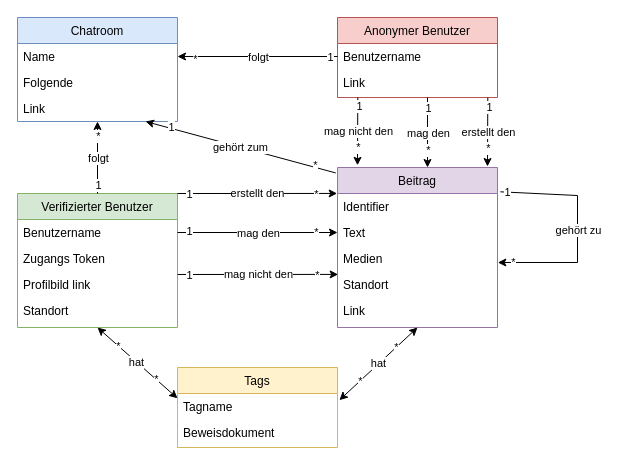
Above: DomainModels.drawio in AnoAsked/Documentation (draw.io), before the change. Source tidied: cells renumbered, new cells numbered last; positions are measured from the earlier drawing's top-left corner, leaving out a move shared by most shapes. Both pictures are drawn from the tidied source at 100%, with x=0, y=0 at pixel (17, 17).
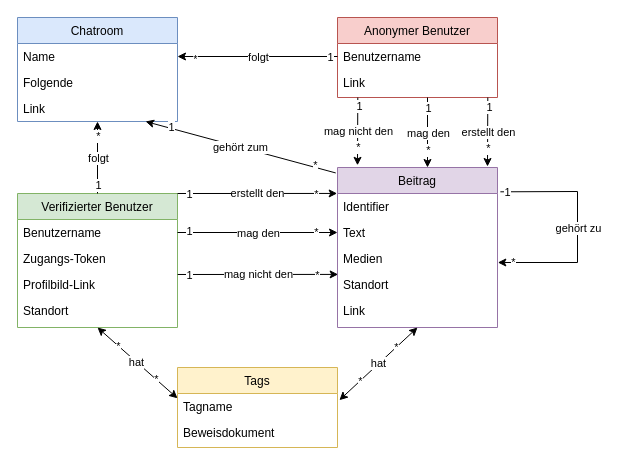
The same page after the edit.

Unchanged cells that the change refers to:
```xml
<mxCell id="2" value="Beitrag" style="swimlane;fontStyle=0;align=center;verticalAlign=top;horizontal=1;startSize=26;rounded=0;shadow=0;strokeWidth=1;fillColor=#e1d5e7;strokeColor=#9673a6;" parent="1" vertex="1">
  <mxGeometry x="320" y="150" width="160" height="160" as="geometry" />
</mxCell>
<mxCell id="5" value="Medien" style="text;align=left;verticalAlign=top;spacingLeft=4;spacingRight=4;overflow=hidden;points=[[0,0.5],[1,0.5]];portConstraint=eastwest;rounded=0;shadow=0;html=0;" parent="2" vertex="1">
  <mxGeometry y="78" width="160" height="26" as="geometry" />
</mxCell>
<mxCell id="15" value="Verifizierter Benutzer" style="swimlane;fontStyle=0;align=center;verticalAlign=top;horizontal=1;startSize=26;rounded=0;shadow=0;strokeWidth=1;fillColor=#d5e8d4;strokeColor=#82b366;" parent="1" vertex="1">
  <mxGeometry y="176" width="160" height="134" as="geometry" />
</mxCell>
```

Diff of the diagram source:
```diff
@@
     <mxCell id="7" style="endArrow=classic;html=1;rounded=0;exitX=1.018;exitY=0.152;exitDx=0;exitDy=0;exitPerimeter=0;entryX=1.002;entryY=0.654;entryDx=0;entryDy=0;entryPerimeter=0;" parent="2" edge="1" source="2" target="5">
       <mxGeometry relative="1" as="geometry">
         <Array as="points">
-          <mxPoint x="240" y="28" />
+          <mxPoint x="240" y="24" />
           <mxPoint x="240" y="95" />
         </Array>
       </mxGeometry>
     </mxCell>
@@
-    <mxCell id="17" value="Zugangs Token" style="text;align=left;verticalAlign=top;spacingLeft=4;spacingRight=4;overflow=hidden;points=[[0,0.5],[1,0.5]];portConstraint=eastwest;rounded=0;shadow=0;html=0;" parent="15" vertex="1">
+    <mxCell id="17" value="Zugangs-Token" style="text;align=left;verticalAlign=top;spacingLeft=4;spacingRight=4;overflow=hidden;points=[[0,0.5],[1,0.5]];portConstraint=eastwest;rounded=0;shadow=0;html=0;" parent="15" vertex="1">
       <mxGeometry y="52" width="160" height="26" as="geometry" />
     </mxCell>
-    <mxCell id="18" value="Profilbild link" style="text;align=left;verticalAlign=top;spacingLeft=4;spacingRight=4;overflow=hidden;rounded=0;shadow=0;html=0;" parent="15" vertex="1">
+    <mxCell id="18" value="Profilbild-Link" style="text;align=left;verticalAlign=top;spacingLeft=4;spacingRight=4;overflow=hidden;rounded=0;shadow=0;html=0;" parent="15" vertex="1">
       <mxGeometry y="78" width="160" height="26" as="geometry" />
     </mxCell>
```
